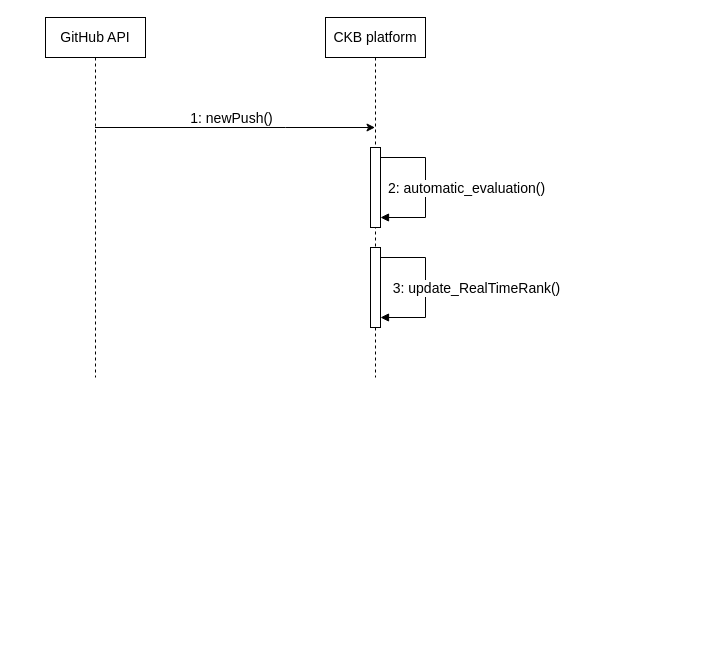
The draw.io diagram page "Perform automatic evaluation" (16 of 19) of diagrams/sequence diagrams/sequence_diagrams.drawio in mttcrn/software-engineering-II-project, before the edit. Source tidied: cells renumbered, new cells numbered last; positions are measured from the earlier drawing's top-left corner, leaving out a move shared by most shapes. Both pictures are drawn from the tidied source at 100%, with x=0, y=0 at pixel (45, 17).
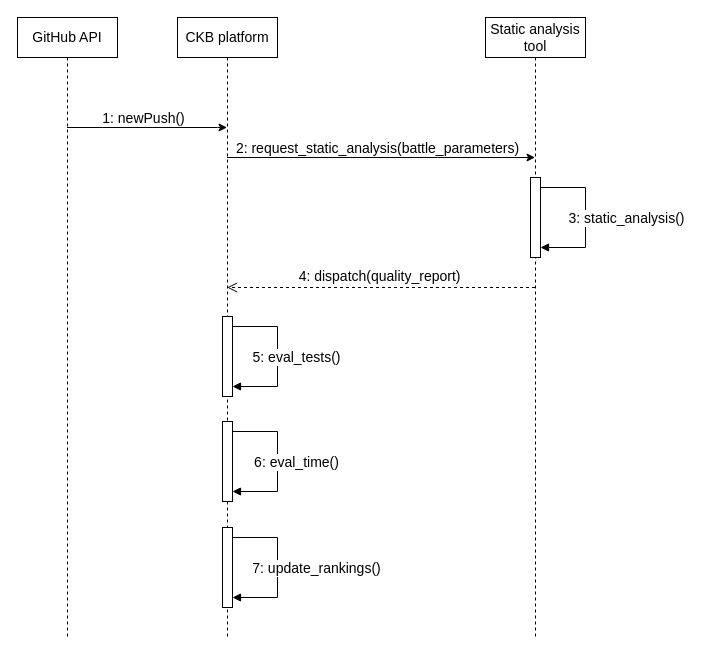
The same page after the edit.

The edit, as a diff of the source:
```diff
@@
     <mxCell id="2" value="CKB platform" style="shape=umlLifeline;perimeter=lifelinePerimeter;whiteSpace=wrap;html=1;outlineConnect=0;portConstraint=eastwest;newEdgeStyle={&quot;edgeStyle&quot;:&quot;elbowEdgeStyle&quot;,&quot;elbow&quot;:&quot;vertical&quot;,&quot;curved&quot;:0,&quot;rounded&quot;:0};fontSize=14;" parent="1" vertex="1">
-      <mxGeometry x="280" width="100" height="360" as="geometry" />
+      <mxGeometry x="132" width="100" height="620" as="geometry" />
     </mxCell>
-    <mxCell id="3" style="html=1;points=[[0,0,0,0,5],[0,1,0,0,-5],[1,0,0,0,5],[1,1,0,0,-5]];perimeter=orthogonalPerimeter;outlineConnect=0;targetShapes=umlLifeline;portConstraint=eastwest;newEdgeStyle={&quot;curved&quot;:0,&quot;rounded&quot;:0};fontSize=14;" parent="2" vertex="1">
-      <mxGeometry x="45" y="130" width="10" height="80" as="geometry" />
-    </mxCell>
-    <mxCell id="4" style="html=1;align=left;spacingLeft=2;endArrow=block;rounded=0;edgeStyle=orthogonalEdgeStyle;curved=0;rounded=0;fontSize=14;" parent="2" edge="1" source="3" target="3">
-      <mxGeometry relative="1" as="geometry">
-        <Array as="points">
-          <mxPoint x="100" y="140" />
-          <mxPoint x="100" y="200" />
-        </Array>
-      </mxGeometry>
-    </mxCell>
-    <mxCell id="5" value="2: automatic_evaluation()" style="edgeLabel;html=1;align=center;verticalAlign=middle;fontSize=14;" parent="4" vertex="1">
-      <mxGeometry x="-0.04" y="2" relative="1" as="geometry">
-        <mxPoint x="38" y="3" as="offset" />
-      </mxGeometry>
-    </mxCell>
     <mxCell id="6" style="html=1;points=[[0,0,0,0,5],[0,1,0,0,-5],[1,0,0,0,5],[1,1,0,0,-5]];perimeter=orthogonalPerimeter;outlineConnect=0;targetShapes=umlLifeline;portConstraint=eastwest;newEdgeStyle={&quot;curved&quot;:0,&quot;rounded&quot;:0};fontSize=14;" parent="2" vertex="1">
-      <mxGeometry x="45" y="230" width="10" height="80" as="geometry" />
+      <mxGeometry x="45" y="299" width="10" height="80" as="geometry" />
     </mxCell>
     <mxCell id="7" style="html=1;align=left;spacingLeft=2;endArrow=block;rounded=0;edgeStyle=orthogonalEdgeStyle;curved=0;rounded=0;fontSize=14;" parent="2" edge="1" source="6" target="6">
       <mxGeometry relative="1" as="geometry">
         <Array as="points">
-          <mxPoint x="100" y="240" />
-          <mxPoint x="100" y="300" />
+          <mxPoint x="100" y="309" />
+          <mxPoint x="100" y="369" />
         </Array>
       </mxGeometry>
     </mxCell>
-    <mxCell id="8" value="3: update_RealTimeRank()" style="edgeLabel;html=1;align=center;verticalAlign=middle;fontSize=14;" parent="7" vertex="1">
+    <mxCell id="8" value="5: eval_tests()" style="edgeLabel;html=1;align=center;verticalAlign=middle;fontSize=14;" parent="7" vertex="1">
       <mxGeometry x="-0.04" y="2" relative="1" as="geometry">
-        <mxPoint x="48" y="3" as="offset" />
+        <mxPoint x="16" y="3" as="offset" />
       </mxGeometry>
     </mxCell>
     <mxCell id="9" value="GitHub API" style="shape=umlLifeline;perimeter=lifelinePerimeter;whiteSpace=wrap;html=1;outlineConnect=0;portConstraint=eastwest;newEdgeStyle={&quot;edgeStyle&quot;:&quot;elbowEdgeStyle&quot;,&quot;elbow&quot;:&quot;vertical&quot;,&quot;curved&quot;:0,&quot;rounded&quot;:0};fontSize=14;" parent="1" vertex="1">
-      <mxGeometry width="100" height="360" as="geometry" />
+      <mxGeometry x="-28" width="100" height="620" as="geometry" />
     </mxCell>
     <mxCell id="10" style="endArrow=classic;html=1;rounded=0;fontSize=14;" parent="1" edge="1" source="9" target="2">
       <mxGeometry relative="1" as="geometry">
         <Array as="points">
-          <mxPoint x="240" y="110" />
+          <mxPoint x="172" y="110" />
         </Array>
       </mxGeometry>
     </mxCell>
@@
+    <mxCell id="12" value="Static analysis tool" style="shape=umlLifeline;perimeter=lifelinePerimeter;whiteSpace=wrap;html=1;outlineConnect=0;portConstraint=eastwest;newEdgeStyle={&quot;edgeStyle&quot;:&quot;elbowEdgeStyle&quot;,&quot;elbow&quot;:&quot;vertical&quot;,&quot;curved&quot;:0,&quot;rounded&quot;:0};fontSize=14;" parent="1" vertex="1">
+      <mxGeometry x="440" width="100" height="620" as="geometry" />
+    </mxCell>
+    <mxCell id="13" style="html=1;points=[[0,0,0,0,5],[0,1,0,0,-5],[1,0,0,0,5],[1,1,0,0,-5]];perimeter=orthogonalPerimeter;outlineConnect=0;targetShapes=umlLifeline;portConstraint=eastwest;newEdgeStyle={&quot;curved&quot;:0,&quot;rounded&quot;:0};fontSize=14;" parent="12" vertex="1">
+      <mxGeometry x="45" y="160" width="10" height="80" as="geometry" />
+    </mxCell>
+    <mxCell id="14" style="html=1;align=left;spacingLeft=2;endArrow=block;rounded=0;edgeStyle=orthogonalEdgeStyle;curved=0;rounded=0;fontSize=14;" parent="12" edge="1" source="13" target="13">
+      <mxGeometry relative="1" as="geometry">
+        <Array as="points">
+          <mxPoint x="100" y="170" />
+          <mxPoint x="100" y="230" />
+        </Array>
+      </mxGeometry>
+    </mxCell>
+    <mxCell id="15" value="3: static_analysis()" style="edgeLabel;html=1;align=center;verticalAlign=middle;fontSize=14;" parent="14" vertex="1">
+      <mxGeometry x="-0.04" y="2" relative="1" as="geometry">
+        <mxPoint x="38" y="3" as="offset" />
+      </mxGeometry>
+    </mxCell>
+    <mxCell id="16" style="endArrow=classic;html=1;rounded=0;fontSize=14;" parent="1" edge="1" source="2" target="12">
+      <mxGeometry relative="1" as="geometry">
+        <Array as="points">
+          <mxPoint x="392" y="140" />
+        </Array>
+      </mxGeometry>
+    </mxCell>
+    <mxCell id="17" value="&lt;font style=&quot;font-size: 14px;&quot;&gt;2: request_static_analysis(battle_parameters)&lt;/font&gt;" style="edgeLabel;html=1;align=center;verticalAlign=middle;fontSize=14;" parent="16" vertex="1">
+      <mxGeometry relative="1" as="geometry">
+        <mxPoint x="-4" y="-10" as="offset" />
+      </mxGeometry>
+    </mxCell>
+    <mxCell id="18" value="&lt;font style=&quot;font-size: 14px;&quot;&gt;4: dispatch(quality_report)&amp;nbsp;&lt;/font&gt;" style="html=1;verticalAlign=bottom;endArrow=open;dashed=1;endSize=8;curved=0;rounded=0;fontSize=14;" parent="1" edge="1">
+      <mxGeometry relative="1" as="geometry">
+        <mxPoint x="489.5" y="270" as="sourcePoint" />
+        <mxPoint x="181.6" y="270" as="targetPoint" />
+      </mxGeometry>
+    </mxCell>
+    <mxCell id="19" style="html=1;points=[[0,0,0,0,5],[0,1,0,0,-5],[1,0,0,0,5],[1,1,0,0,-5]];perimeter=orthogonalPerimeter;outlineConnect=0;targetShapes=umlLifeline;portConstraint=eastwest;newEdgeStyle={&quot;curved&quot;:0,&quot;rounded&quot;:0};fontSize=14;" parent="1" vertex="1">
+      <mxGeometry x="177" y="404" width="10" height="80" as="geometry" />
+    </mxCell>
+    <mxCell id="20" style="html=1;align=left;spacingLeft=2;endArrow=block;rounded=0;edgeStyle=orthogonalEdgeStyle;curved=0;rounded=0;fontSize=14;" parent="1" edge="1" source="19" target="19">
+      <mxGeometry relative="1" as="geometry">
+        <Array as="points">
+          <mxPoint x="232" y="414" />
+          <mxPoint x="232" y="474" />
+        </Array>
+      </mxGeometry>
+    </mxCell>
+    <mxCell id="21" value="6: eval_time()" style="edgeLabel;html=1;align=center;verticalAlign=middle;fontSize=14;" parent="20" vertex="1">
+      <mxGeometry x="-0.04" y="2" relative="1" as="geometry">
+        <mxPoint x="16" y="3" as="offset" />
+      </mxGeometry>
+    </mxCell>
+    <mxCell id="22" style="html=1;points=[[0,0,0,0,5],[0,1,0,0,-5],[1,0,0,0,5],[1,1,0,0,-5]];perimeter=orthogonalPerimeter;outlineConnect=0;targetShapes=umlLifeline;portConstraint=eastwest;newEdgeStyle={&quot;curved&quot;:0,&quot;rounded&quot;:0};fontSize=14;" parent="1" vertex="1">
+      <mxGeometry x="177" y="510" width="10" height="80" as="geometry" />
+    </mxCell>
+    <mxCell id="23" style="html=1;align=left;spacingLeft=2;endArrow=block;rounded=0;edgeStyle=orthogonalEdgeStyle;curved=0;rounded=0;fontSize=14;" parent="1" edge="1" source="22" target="22">
+      <mxGeometry relative="1" as="geometry">
+        <Array as="points">
+          <mxPoint x="232" y="520" />
+          <mxPoint x="232" y="580" />
+        </Array>
+      </mxGeometry>
+    </mxCell>
+    <mxCell id="24" value="7: update_rankings()" style="edgeLabel;html=1;align=center;verticalAlign=middle;fontSize=14;" parent="23" vertex="1">
+      <mxGeometry x="-0.04" y="2" relative="1" as="geometry">
+        <mxPoint x="36" y="3" as="offset" />
+      </mxGeometry>
+    </mxCell>
```
